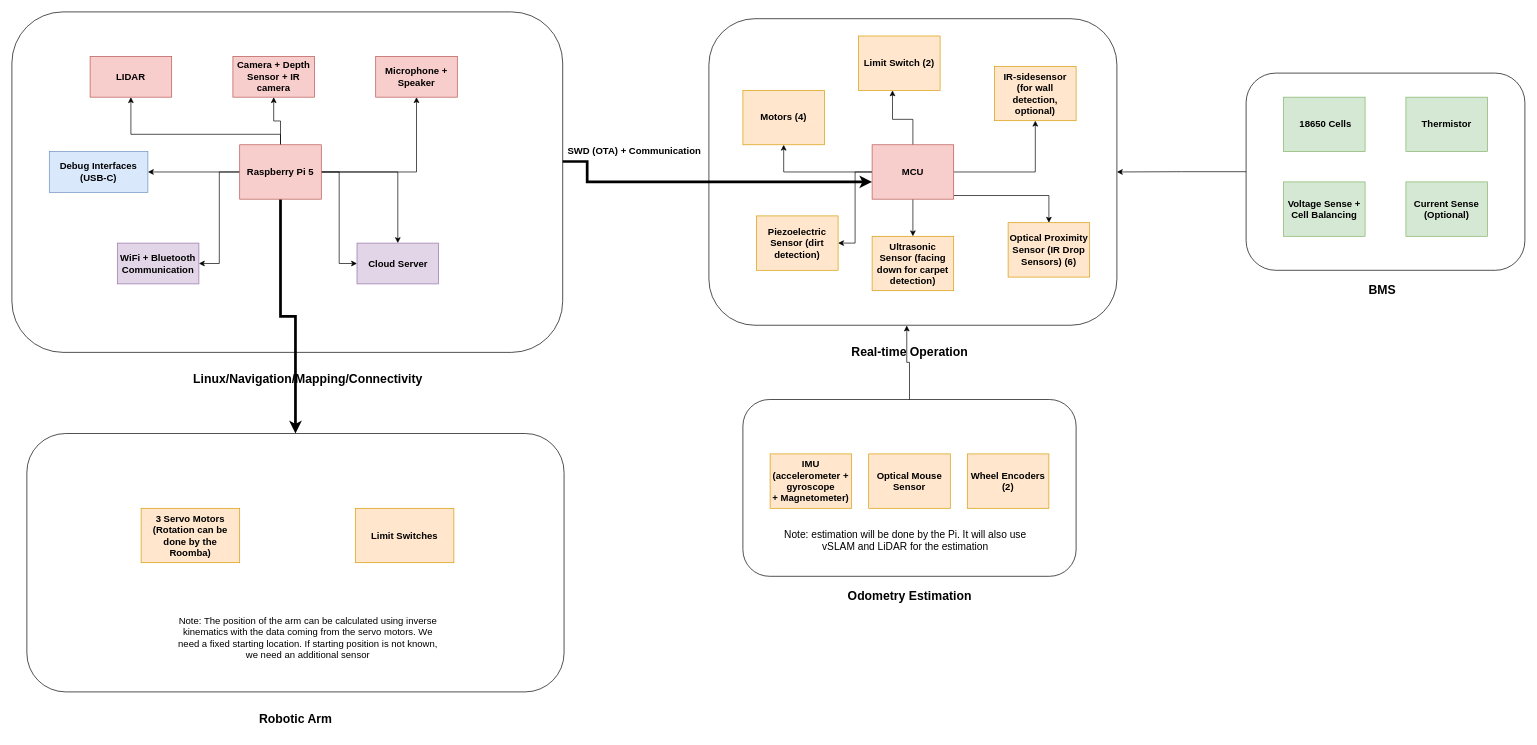
The draw.io diagram documentation/Roomba High Level Architecture V2.drawio in jlim25/smart-roomba, before the edit. Source tidied: cells renumbered, new cells numbered last; positions are measured from the earlier drawing's top-left corner, leaving out a move shared by most shapes. Both pictures are drawn from the tidied source at 68%, with x=0, y=0 at pixel (12, 12).
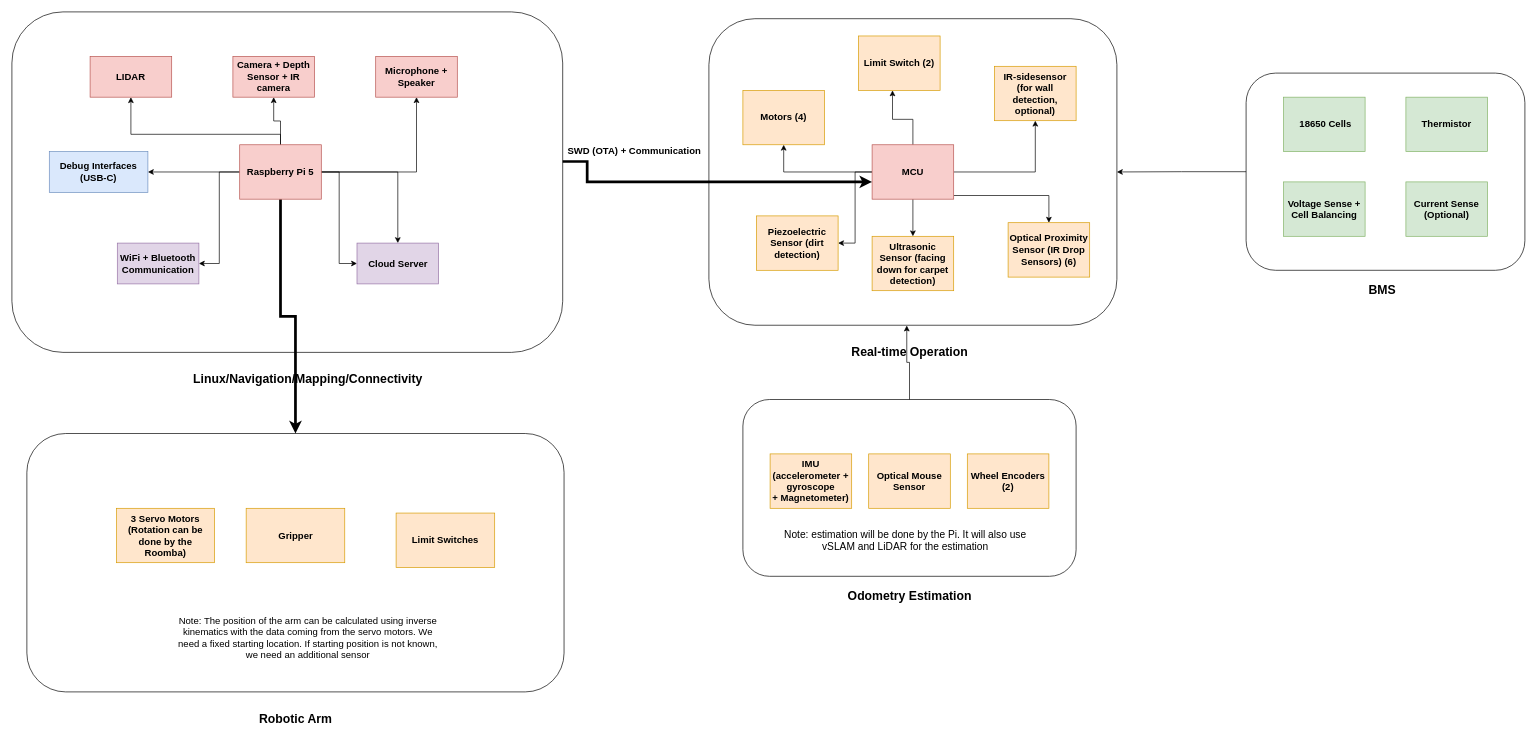
The same page after the edit.

Diff of the diagram source:
```diff
@@
     <mxCell id="52" value="&lt;span style=&quot;font-size: 14px;&quot;&gt;&lt;b&gt;3 Servo Motors (Rotation can be done by the Roomba)&lt;/b&gt;&lt;/span&gt;" style="rounded=0;whiteSpace=wrap;html=1;fillColor=#ffe6cc;strokeColor=#d79b00;" parent="1" vertex="1">
-      <mxGeometry x="190" y="730" width="145" height="80" as="geometry" />
+      <mxGeometry x="154" y="730" width="144" height="80" as="geometry" />
     </mxCell>
     <mxCell id="53" value="&lt;span style=&quot;font-size: 14px;&quot;&gt;&lt;b&gt;Limit Switches&lt;/b&gt;&lt;/span&gt;" style="rounded=0;whiteSpace=wrap;html=1;fillColor=#ffe6cc;strokeColor=#d79b00;" parent="1" vertex="1">
-      <mxGeometry x="505" y="730" width="145" height="80" as="geometry" />
+      <mxGeometry x="565" y="737" width="145" height="80" as="geometry" />
     </mxCell>
@@
+    <mxCell id="58" value="&lt;span style=&quot;font-size: 14px;&quot;&gt;&lt;b&gt;Gripper&lt;/b&gt;&lt;/span&gt;" style="rounded=0;whiteSpace=wrap;html=1;fillColor=#ffe6cc;strokeColor=#d79b00;" parent="1" vertex="1">
+      <mxGeometry x="344.5" y="730" width="145" height="80" as="geometry" />
+    </mxCell>
```
